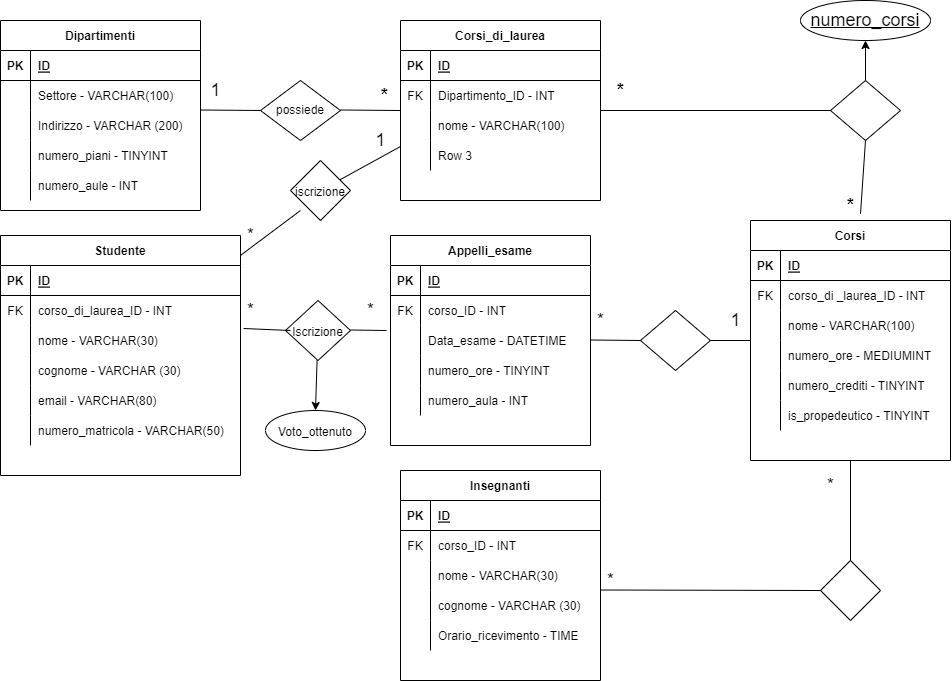
Before: Untitled Diagram.drawio.png, a diagram exported from draw.io (SimonCook99/db-univeristy). Source tidied: cells renumbered, new cells last; positions are measured from the earlier drawing's top-left corner, leaving out a move shared by most shapes.
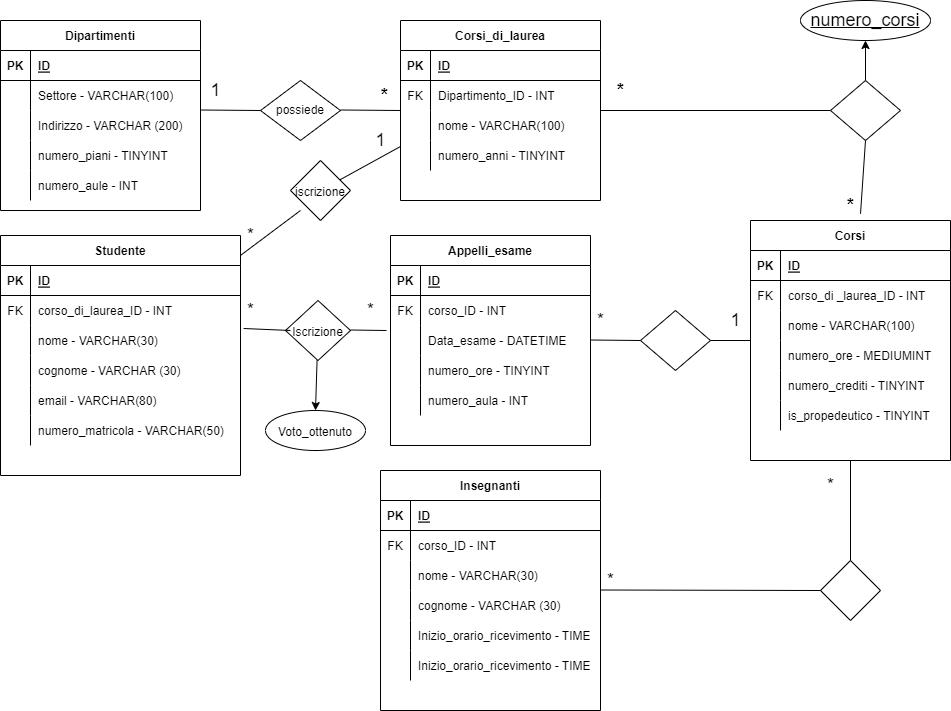
The same file after the commit.

Commit message:
Esercizio completato

Sistemate piccole modifiche aggiuntive

The edit, as a diff of the source:
```diff
@@ -86,7 +86,7 @@
     <mxCell id="29" style="shape=partialRectangle;fillColor=none;top=0;left=0;bottom=0;right=0;overflow=hidden;" parent="28" vertex="1">
       <mxGeometry width="30" height="30" as="geometry" />
     </mxCell>
-    <mxCell id="30" value="Row 3" style="shape=partialRectangle;fillColor=none;top=0;left=0;bottom=0;right=0;align=left;spacingLeft=6;overflow=hidden;" parent="28" vertex="1">
+    <mxCell id="30" value="numero_anni - TINYINT" style="shape=partialRectangle;fillColor=none;top=0;left=0;bottom=0;right=0;align=left;spacingLeft=6;overflow=hidden;" parent="28" vertex="1">
       <mxGeometry x="30" width="170" height="30" as="geometry" />
     </mxCell>
     <mxCell id="31" value="possiede" style="shape=rhombus;perimeter=rhombusPerimeter;whiteSpace=wrap;html=1;align=center;" parent="1" vertex="1">
@@ -191,53 +191,62 @@
       <mxGeometry x="800" width="130" height="40" as="geometry" />
     </mxCell>
     <mxCell id="62" value="Insegnanti" style="shape=table;startSize=30;rowLines=0;fontStyle=1;align=center;" parent="1" vertex="1">
-      <mxGeometry x="400" y="470" width="200" height="210" as="geometry" />
+      <mxGeometry x="380" y="470" width="220" height="240" as="geometry" />
     </mxCell>
     <mxCell id="63" style="shape=tableRow;horizontal=0;startSize=0;swimlaneHead=0;swimlaneBody=0;fillColor=none;top=0;left=0;right=0;bottom=1;" parent="62" vertex="1">
-      <mxGeometry y="30" width="200" height="30" as="geometry" />
+      <mxGeometry y="30" width="220" height="30" as="geometry" />
     </mxCell>
     <mxCell id="64" value="PK" style="shape=partialRectangle;fillColor=none;top=0;left=0;bottom=0;right=0;fontStyle=1;overflow=hidden;" parent="63" vertex="1">
       <mxGeometry width="30" height="30" as="geometry" />
     </mxCell>
     <mxCell id="65" value="ID" style="shape=partialRectangle;fillColor=none;top=0;left=0;bottom=0;right=0;align=left;spacingLeft=6;fontStyle=5;overflow=hidden;" parent="63" vertex="1">
-      <mxGeometry x="30" width="170" height="30" as="geometry" />
+      <mxGeometry x="30" width="190" height="30" as="geometry" />
     </mxCell>
     <mxCell id="66" style="shape=tableRow;horizontal=0;startSize=0;swimlaneHead=0;swimlaneBody=0;fillColor=none;top=0;left=0;right=0;bottom=0;" parent="62" vertex="1">
-      <mxGeometry y="60" width="200" height="30" as="geometry" />
+      <mxGeometry y="60" width="220" height="30" as="geometry" />
     </mxCell>
     <mxCell id="67" value="FK" style="shape=partialRectangle;fillColor=none;top=0;left=0;bottom=0;right=0;overflow=hidden;" parent="66" vertex="1">
       <mxGeometry width="30" height="30" as="geometry" />
     </mxCell>
     <mxCell id="68" value="corso_ID - INT" style="shape=partialRectangle;fillColor=none;top=0;left=0;bottom=0;right=0;align=left;spacingLeft=6;overflow=hidden;" parent="66" vertex="1">
-      <mxGeometry x="30" width="170" height="30" as="geometry" />
+      <mxGeometry x="30" width="190" height="30" as="geometry" />
     </mxCell>
     <mxCell id="69" style="shape=tableRow;horizontal=0;startSize=0;swimlaneHead=0;swimlaneBody=0;fillColor=none;top=0;left=0;right=0;bottom=0;" parent="62" vertex="1">
-      <mxGeometry y="90" width="200" height="30" as="geometry" />
+      <mxGeometry y="90" width="220" height="30" as="geometry" />
     </mxCell>
     <mxCell id="70" style="shape=partialRectangle;fillColor=none;top=0;left=0;bottom=0;right=0;overflow=hidden;" parent="69" vertex="1">
       <mxGeometry width="30" height="30" as="geometry" />
     </mxCell>
     <mxCell id="71" value="nome - VARCHAR(30)" style="shape=partialRectangle;fillColor=none;top=0;left=0;bottom=0;right=0;align=left;spacingLeft=6;overflow=hidden;" parent="69" vertex="1">
-      <mxGeometry x="30" width="170" height="30" as="geometry" />
+      <mxGeometry x="30" width="190" height="30" as="geometry" />
     </mxCell>
     <mxCell id="72" style="shape=tableRow;horizontal=0;startSize=0;swimlaneHead=0;swimlaneBody=0;fillColor=none;top=0;left=0;right=0;bottom=0;" parent="62" vertex="1">
-      <mxGeometry y="120" width="200" height="30" as="geometry" />
+      <mxGeometry y="120" width="220" height="30" as="geometry" />
     </mxCell>
     <mxCell id="73" style="shape=partialRectangle;fillColor=none;top=0;left=0;bottom=0;right=0;overflow=hidden;" parent="72" vertex="1">
       <mxGeometry width="30" height="30" as="geometry" />
     </mxCell>
     <mxCell id="74" value="cognome - VARCHAR (30)" style="shape=partialRectangle;fillColor=none;top=0;left=0;bottom=0;right=0;align=left;spacingLeft=6;overflow=hidden;" parent="72" vertex="1">
-      <mxGeometry x="30" width="170" height="30" as="geometry" />
+      <mxGeometry x="30" width="190" height="30" as="geometry" />
     </mxCell>
     <mxCell id="75" style="shape=tableRow;horizontal=0;startSize=0;swimlaneHead=0;swimlaneBody=0;fillColor=none;top=0;left=0;right=0;bottom=0;" parent="62" vertex="1">
-      <mxGeometry y="150" width="200" height="30" as="geometry" />
+      <mxGeometry y="150" width="220" height="30" as="geometry" />
     </mxCell>
     <mxCell id="76" style="shape=partialRectangle;fillColor=none;top=0;left=0;bottom=0;right=0;overflow=hidden;" parent="75" vertex="1">
       <mxGeometry width="30" height="30" as="geometry" />
     </mxCell>
-    <mxCell id="77" value="Orario_ricevimento - TIME" style="shape=partialRectangle;fillColor=none;top=0;left=0;bottom=0;right=0;align=left;spacingLeft=6;overflow=hidden;" parent="75" vertex="1">
-      <mxGeometry x="30" width="170" height="30" as="geometry" />
+    <mxCell id="77" value="Inizio_orario_ricevimento - TIME" style="shape=partialRectangle;fillColor=none;top=0;left=0;bottom=0;right=0;align=left;spacingLeft=6;overflow=hidden;" parent="75" vertex="1">
+      <mxGeometry x="30" width="190" height="30" as="geometry" />
     </mxCell>
+    <mxCell id="136" style="shape=tableRow;horizontal=0;startSize=0;swimlaneHead=0;swimlaneBody=0;fillColor=none;top=0;left=0;right=0;bottom=0;" parent="62" vertex="1">
+      <mxGeometry y="180" width="220" height="30" as="geometry" />
+    </mxCell>
+    <mxCell id="137" style="shape=partialRectangle;fillColor=none;top=0;left=0;bottom=0;right=0;overflow=hidden;" parent="136" vertex="1">
+      <mxGeometry width="30" height="30" as="geometry" />
+    </mxCell>
+    <mxCell id="138" value="Inizio_orario_ricevimento - TIME" style="shape=partialRectangle;fillColor=none;top=0;left=0;bottom=0;right=0;align=left;spacingLeft=6;overflow=hidden;" parent="136" vertex="1">
+      <mxGeometry x="30" width="190" height="30" as="geometry" />
+    </mxCell>
     <mxCell id="78" style="shape=rhombus;perimeter=rhombusPerimeter;whiteSpace=wrap;html=1;align=center;fontSize=18;" parent="1" vertex="1">
       <mxGeometry x="820" y="560" width="60" height="60" as="geometry" />
     </mxCell>
```
